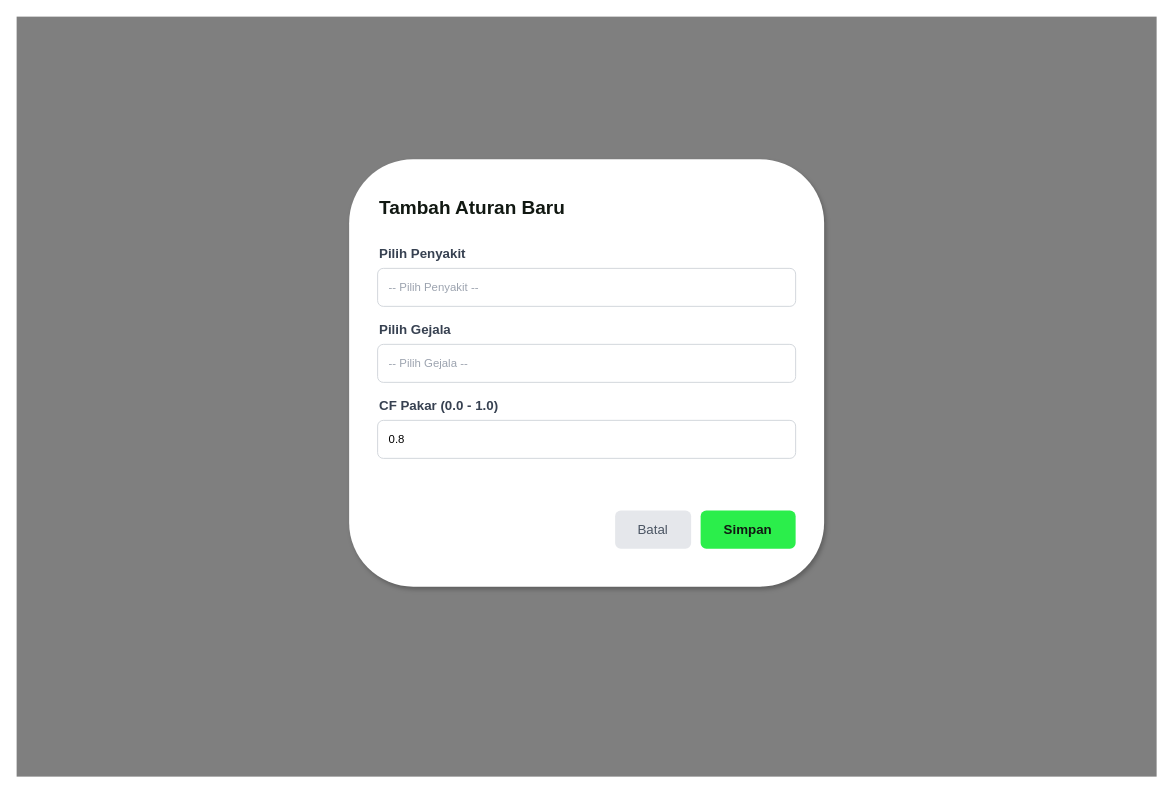
Above: diagram/desain/admin-tambah-aturan.drawio in RajaSunrise/kangkungku (draw.io), before the change. Source tidied: cells renumbered, new cells numbered last; positions are measured from the earlier drawing's top-left corner, leaving out a move shared by most shapes. Both pictures are drawn from the tidied source at 95%, with x=0, y=0 at pixel (16, 16).
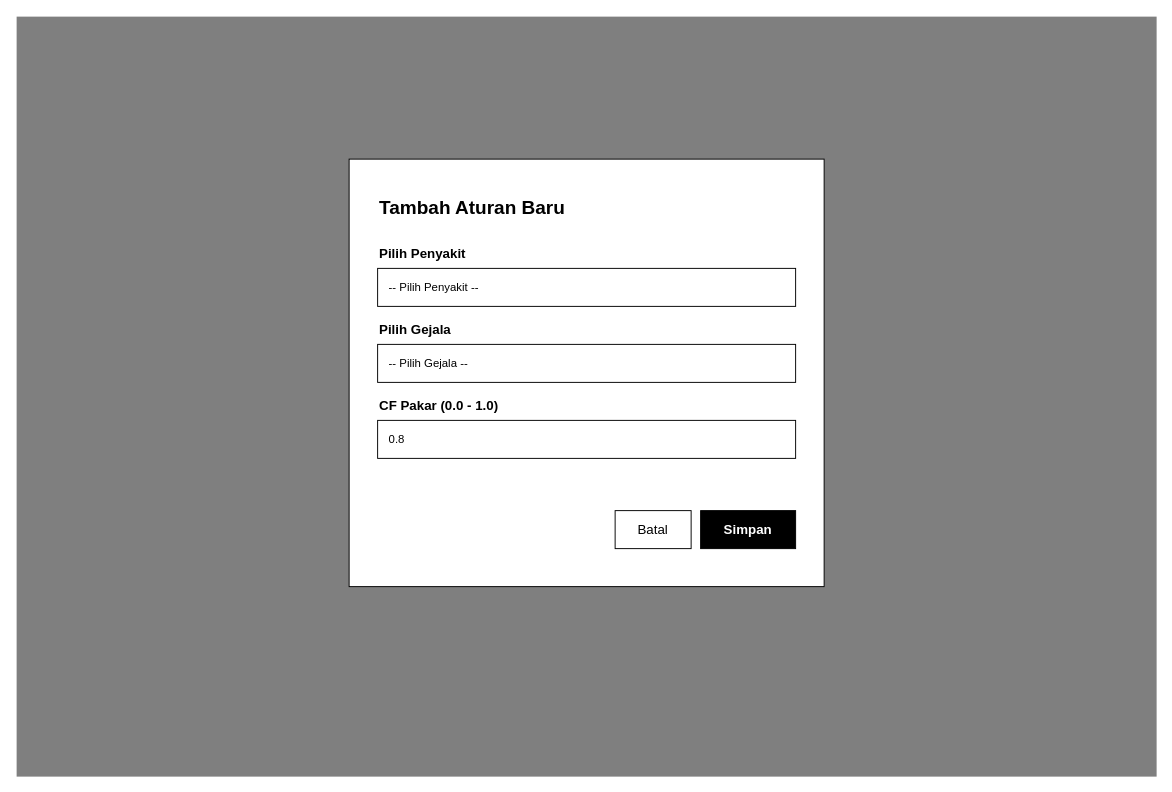
The same page after the edit.

Change to the diagram source:
```diff
@@
 <mxGraphModel>
   <root>
     <mxCell id="0" />
     <mxCell id="1" parent="0" />
     <mxCell id="2" style="rounded=0;whiteSpace=wrap;html=1;fillColor=#000000;fillOpacity=50;strokeColor=none;" parent="1" vertex="1">
       <mxGeometry width="1200" height="800" as="geometry" />
     </mxCell>
-    <mxCell id="3" style="rounded=1;whiteSpace=wrap;html=1;fillColor=#FFFFFF;strokeColor=none;shadow=1;" parent="1" vertex="1">
+    <mxCell id="3" style="rounded=0;whiteSpace=wrap;html=1;fillColor=#FFFFFF;strokeColor=#000000;" parent="1" vertex="1">
       <mxGeometry x="350" y="150" width="500" height="450" as="geometry" />
     </mxCell>
-    <mxCell id="4" value="Tambah Aturan Baru" style="text;html=1;strokeColor=none;fillColor=none;align=left;verticalAlign=middle;whiteSpace=wrap;rounded=0;fontColor=#111812;fontSize=20;fontStyle=1;" parent="1" vertex="1">
+    <mxCell id="4" value="Tambah Aturan Baru" style="text;html=1;strokeColor=none;fillColor=none;align=left;verticalAlign=middle;whiteSpace=wrap;rounded=0;fontColor=#000000;fontSize=20;fontStyle=1;" parent="1" vertex="1">
       <mxGeometry x="380" y="180" width="300" height="40" as="geometry" />
     </mxCell>
-    <mxCell id="5" value="Pilih Penyakit" style="text;html=1;strokeColor=none;fillColor=none;align=left;verticalAlign=middle;whiteSpace=wrap;rounded=0;fontColor=#374151;fontSize=14;fontStyle=1;" parent="1" vertex="1">
+    <mxCell id="5" value="Pilih Penyakit" style="text;html=1;strokeColor=none;fillColor=none;align=left;verticalAlign=middle;whiteSpace=wrap;rounded=0;fontColor=#000000;fontSize=14;fontStyle=1;" parent="1" vertex="1">
       <mxGeometry x="380" y="240" width="150" height="20" as="geometry" />
     </mxCell>
-    <mxCell id="6" value="-- Pilih Penyakit --" style="rounded=1;whiteSpace=wrap;html=1;fillColor=#FFFFFF;strokeColor=#D1D5DB;align=left;spacingLeft=10;fontColor=#9CA3AF;" parent="1" vertex="1">
+    <mxCell id="6" value="-- Pilih Penyakit --" style="rounded=0;whiteSpace=wrap;html=1;fillColor=#FFFFFF;strokeColor=#000000;align=left;spacingLeft=10;fontColor=#000000;" parent="1" vertex="1">
       <mxGeometry x="380" y="265" width="440" height="40" as="geometry" />
     </mxCell>
-    <mxCell id="7" value="Pilih Gejala" style="text;html=1;strokeColor=none;fillColor=none;align=left;verticalAlign=middle;whiteSpace=wrap;rounded=0;fontColor=#374151;fontSize=14;fontStyle=1;" parent="1" vertex="1">
+    <mxCell id="7" value="Pilih Gejala" style="text;html=1;strokeColor=none;fillColor=none;align=left;verticalAlign=middle;whiteSpace=wrap;rounded=0;fontColor=#000000;fontSize=14;fontStyle=1;" parent="1" vertex="1">
       <mxGeometry x="380" y="320" width="150" height="20" as="geometry" />
     </mxCell>
-    <mxCell id="8" value="-- Pilih Gejala --" style="rounded=1;whiteSpace=wrap;html=1;fillColor=#FFFFFF;strokeColor=#D1D5DB;align=left;spacingLeft=10;fontColor=#9CA3AF;" parent="1" vertex="1">
+    <mxCell id="8" value="-- Pilih Gejala --" style="rounded=0;whiteSpace=wrap;html=1;fillColor=#FFFFFF;strokeColor=#000000;align=left;spacingLeft=10;fontColor=#000000;" parent="1" vertex="1">
       <mxGeometry x="380" y="345" width="440" height="40" as="geometry" />
     </mxCell>
-    <mxCell id="9" value="CF Pakar (0.0 - 1.0)" style="text;html=1;strokeColor=none;fillColor=none;align=left;verticalAlign=middle;whiteSpace=wrap;rounded=0;fontColor=#374151;fontSize=14;fontStyle=1;" parent="1" vertex="1">
+    <mxCell id="9" value="CF Pakar (0.0 - 1.0)" style="text;html=1;strokeColor=none;fillColor=none;align=left;verticalAlign=middle;whiteSpace=wrap;rounded=0;fontColor=#000000;fontSize=14;fontStyle=1;" parent="1" vertex="1">
       <mxGeometry x="380" y="400" width="200" height="20" as="geometry" />
     </mxCell>
-    <mxCell id="10" value="0.8" style="rounded=1;whiteSpace=wrap;html=1;fillColor=#FFFFFF;strokeColor=#D1D5DB;align=left;spacingLeft=10;" parent="1" vertex="1">
+    <mxCell id="10" value="0.8" style="rounded=0;whiteSpace=wrap;html=1;fillColor=#FFFFFF;strokeColor=#000000;align=left;spacingLeft=10;" parent="1" vertex="1">
       <mxGeometry x="380" y="425" width="440" height="40" as="geometry" />
     </mxCell>
-    <mxCell id="11" value="Batal" style="rounded=1;whiteSpace=wrap;html=1;fillColor=#E5E7EB;strokeColor=none;fontColor=#4B5563;fontSize=14;" parent="1" vertex="1">
+    <mxCell id="11" value="Batal" style="rounded=0;whiteSpace=wrap;html=1;fillColor=#FFFFFF;strokeColor=#000000;fontColor=#000000;fontSize=14;" parent="1" vertex="1">
       <mxGeometry x="630" y="520" width="80" height="40" as="geometry" />
     </mxCell>
-    <mxCell id="12" value="Simpan" style="rounded=1;whiteSpace=wrap;html=1;fillColor=#2BEE4B;strokeColor=none;fontColor=#111812;fontStyle=1;fontSize=14;" parent="1" vertex="1">
+    <mxCell id="12" value="Simpan" style="rounded=0;whiteSpace=wrap;html=1;fillColor=#000000;strokeColor=#000000;fontColor=#FFFFFF;fontStyle=1;fontSize=14;" parent="1" vertex="1">
       <mxGeometry x="720" y="520" width="100" height="40" as="geometry" />
     </mxCell>
   </root>
 </mxGraphModel>
```
